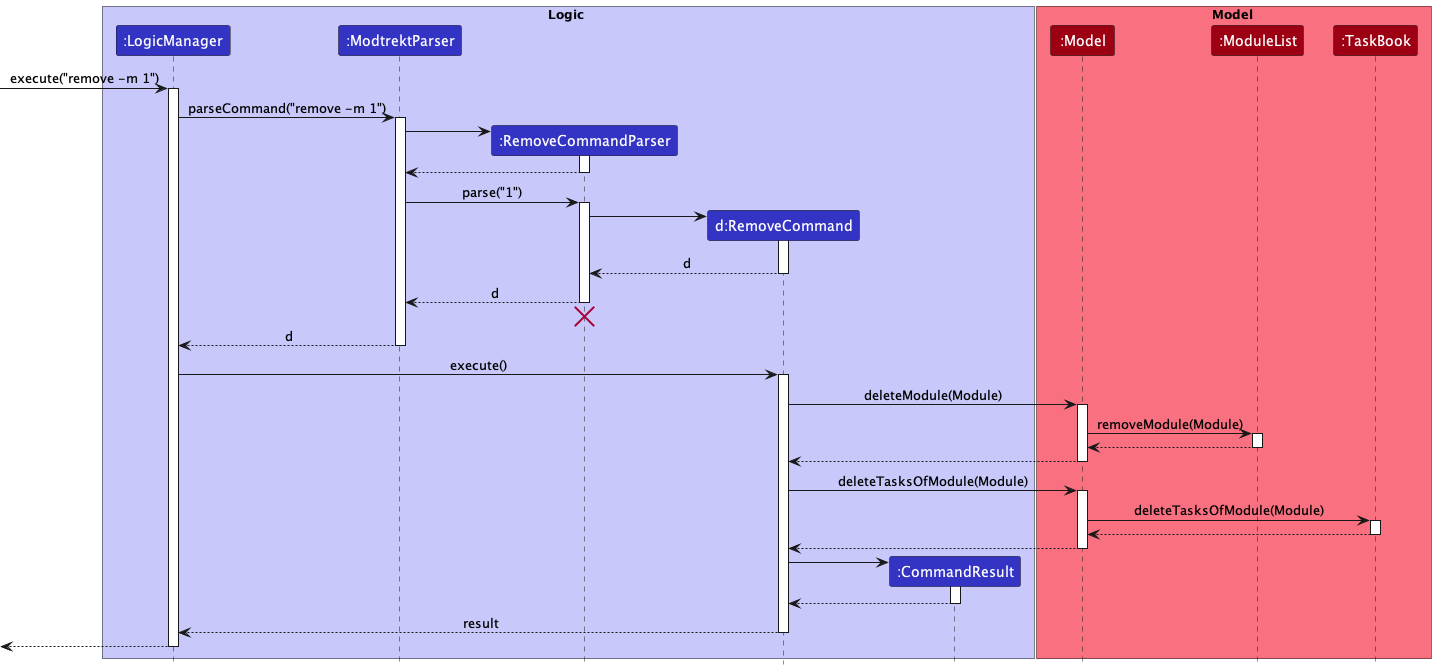
Above: docs/images/ModulePUMLs/RemoveModule/ModuleRemoveSequenceDiagram.png in nus-cs2103-AY2223S1/tp (PlantUML), before the change. The source it was exported from:
```plantuml
@startuml
!include ../../style.puml

box Logic LOGIC_COLOR_T1
participant ":LogicManager" as LogicManager LOGIC_COLOR
participant ":ModtrektParser" as ModtrektParser LOGIC_COLOR
participant ":RemoveCommandParser" as RemoveCommandParser LOGIC_COLOR
participant "d:RemoveCommand" as RemoveCommand LOGIC_COLOR
participant ":CommandResult" as CommandResult LOGIC_COLOR
end box

box Model MODEL_COLOR_T1
participant ":Model" as Model MODEL_COLOR
participant ":ModuleList" as ModuleList MODEL_COLOR
participant ":TaskBook" as TaskBook MODEL_COLOR
end box

[-> LogicManager : execute("remove -m 1")
activate LogicManager

LogicManager -> ModtrektParser : parseCommand("remove -m 1")
activate ModtrektParser

create RemoveCommandParser
ModtrektParser -> RemoveCommandParser
activate RemoveCommandParser

RemoveCommandParser --> ModtrektParser
deactivate RemoveCommandParser

ModtrektParser -> RemoveCommandParser : parse("1")
activate RemoveCommandParser

create RemoveCommand
RemoveCommandParser -> RemoveCommand
activate RemoveCommand

RemoveCommand --> RemoveCommandParser : d
deactivate RemoveCommand

RemoveCommandParser --> ModtrektParser : d
deactivate RemoveCommandParser
RemoveCommandParser -[hidden]-> ModtrektParser
destroy RemoveCommandParser

ModtrektParser --> LogicManager : d
deactivate ModtrektParser

LogicManager -> RemoveCommand : execute()
activate RemoveCommand

RemoveCommand -> Model : deleteModule(Module)
activate Model

Model -> ModuleList : removeModule(Module)
activate ModuleList

ModuleList --> Model
deactivate ModuleList

Model --> RemoveCommand
deactivate Model

RemoveCommand -> Model : deleteTasksOfModule(Module)
activate Model

Model -> TaskBook : deleteTasksOfModule(Module)
activate TaskBook

TaskBook --> Model
deactivate TaskBook

Model --> RemoveCommand
deactivate Model

create CommandResult
RemoveCommand -> CommandResult
activate CommandResult

CommandResult --> RemoveCommand
deactivate CommandResult

RemoveCommand --> LogicManager : result
deactivate RemoveCommand

[<--LogicManager
deactivate LogicManager
@enduml
```
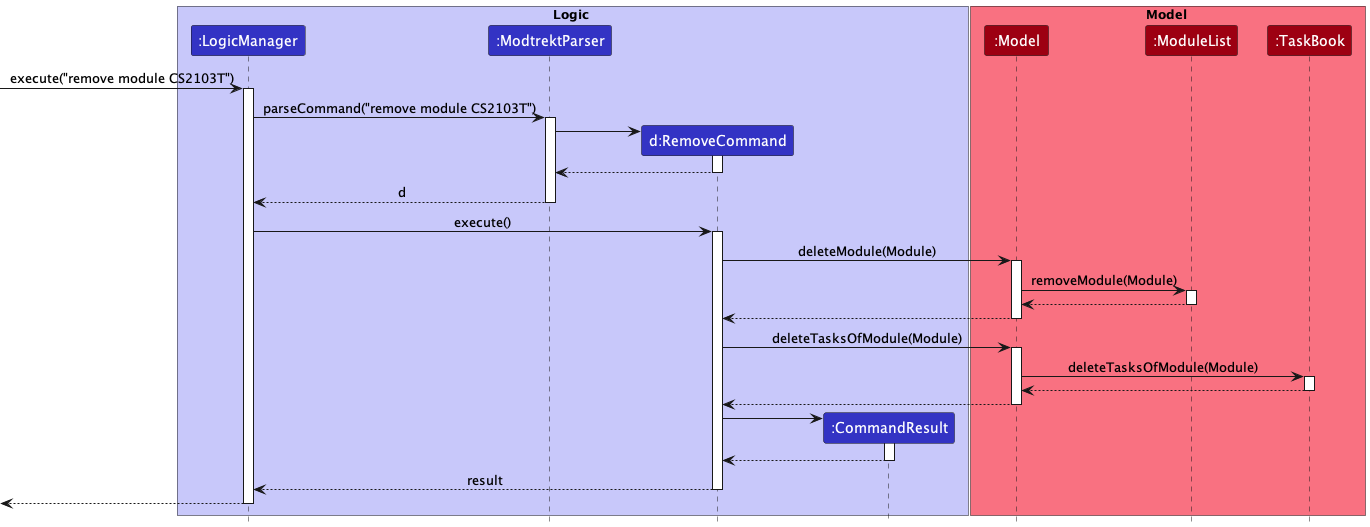
The same diagram one commit later.

Diff of the diagram source:
```diff
@@ -4,7 +4,6 @@
 box Logic LOGIC_COLOR_T1
 participant ":LogicManager" as LogicManager LOGIC_COLOR
 participant ":ModtrektParser" as ModtrektParser LOGIC_COLOR
-participant ":RemoveCommandParser" as RemoveCommandParser LOGIC_COLOR
 participant "d:RemoveCommand" as RemoveCommand LOGIC_COLOR
 participant ":CommandResult" as CommandResult LOGIC_COLOR
 end box
@@ -15,33 +14,18 @@
 participant ":TaskBook" as TaskBook MODEL_COLOR
 end box
 
-[-> LogicManager : execute("remove -m 1")
+[-> LogicManager : execute("remove module CS2103T")
 activate LogicManager
 
-LogicManager -> ModtrektParser : parseCommand("remove -m 1")
+LogicManager -> ModtrektParser : parseCommand("remove module CS2103T")
 activate ModtrektParser
 
-create RemoveCommandParser
-ModtrektParser -> RemoveCommandParser
-activate RemoveCommandParser
-
-RemoveCommandParser --> ModtrektParser
-deactivate RemoveCommandParser
-
-ModtrektParser -> RemoveCommandParser : parse("1")
-activate RemoveCommandParser
-
 create RemoveCommand
-RemoveCommandParser -> RemoveCommand
+ModtrektParser -> RemoveCommand:
 activate RemoveCommand
 
-RemoveCommand --> RemoveCommandParser : d
+RemoveCommand --> ModtrektParser
 deactivate RemoveCommand
-
-RemoveCommandParser --> ModtrektParser : d
-deactivate RemoveCommandParser
-RemoveCommandParser -[hidden]-> ModtrektParser
-destroy RemoveCommandParser
 
 ModtrektParser --> LogicManager : d
 deactivate ModtrektParser
```
